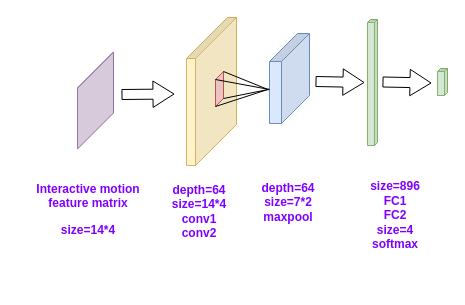
Above: Interactive.drawio in ByronGe/ff (draw.io), before the change. Source tidied: cells renumbered, new cells numbered last; positions are measured from the earlier drawing's top-left corner, leaving out a move shared by most shapes. Both pictures are drawn from the tidied source at 100%, with x=0, y=0 at pixel (21, 17).
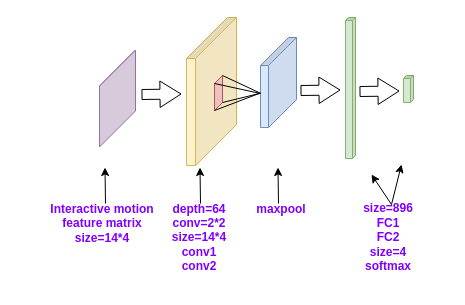
The same diagram, later.

Diff of the diagram source:
```diff
@@
     <mxCell id="2" style="shape=cube;whiteSpace=wrap;html=1;boundedLbl=1;backgroundOutline=1;darkOpacity=0.05;darkOpacity2=0.1;fillColor=#dae8fc;strokeColor=#6c8ebf;size=28;direction=south;" parent="1" vertex="1">
-      <mxGeometry x="248" y="16" width="40" height="90" as="geometry" />
+      <mxGeometry x="239" y="20" width="36" height="90" as="geometry" />
     </mxCell>
@@
     <mxCell id="4" style="shape=cube;whiteSpace=wrap;html=1;boundedLbl=1;backgroundOutline=1;darkOpacity=0.05;darkOpacity2=0.1;fillColor=#d5e8d4;strokeColor=#82b366;size=3;direction=south;" parent="1" vertex="1">
-      <mxGeometry x="346" y="2" width="10" height="126" as="geometry" />
+      <mxGeometry x="324" width="10" height="141" as="geometry" />
     </mxCell>
     <mxCell id="5" style="shape=cube;whiteSpace=wrap;html=1;boundedLbl=1;backgroundOutline=1;darkOpacity=0.05;darkOpacity2=0.1;fillColor=#d5e8d4;strokeColor=#82b366;size=3;direction=south;" parent="1" vertex="1">
-      <mxGeometry x="416" y="51" width="10" height="27" as="geometry" />
+      <mxGeometry x="382" y="58" width="10" height="27" as="geometry" />
     </mxCell>
     <mxCell id="6" style="shape=cube;whiteSpace=wrap;html=1;boundedLbl=1;backgroundOutline=1;darkOpacity=0.05;darkOpacity2=0.1;fillColor=#f8cecc;strokeColor=#b85450;size=9;direction=south;" parent="1" vertex="1">
-      <mxGeometry x="194" y="54" width="8" height="35" as="geometry" />
+      <mxGeometry x="193" y="58" width="8" height="35" as="geometry" />
     </mxCell>
@@
-    <mxCell id="8" style="endArrow=none;html=1;exitX=0;exitY=0;exitDx=0;exitDy=0;exitPerimeter=0;entryX=0.627;entryY=1.01;entryDx=0;entryDy=0;entryPerimeter=0;" parent="1" edge="1" source="6" target="2">
+    <mxCell id="8" style="endArrow=none;html=1;exitX=0;exitY=0;exitDx=0;exitDy=0;exitPerimeter=0;entryX=0.621;entryY=0.993;entryDx=0;entryDy=0;entryPerimeter=0;" parent="1" edge="1" source="6" target="2">
       <mxGeometry relative="1" as="geometry" />
     </mxCell>
@@
-    <mxCell id="11" style="shape=flexArrow;endArrow=classic;html=1;endWidth=15.428571428571429;endSize=6.668571428571428;startWidth=15.428571428571429;startSize=6.668571428571428;width=10;entryX=0;entryY=0;entryDx=64.5;entryDy=10;entryPerimeter=0;" parent="1" edge="1">
-      <mxGeometry relative="1" as="geometry">
-        <mxPoint x="294" y="64" as="sourcePoint" />
-        <mxPoint x="343" y="65" as="targetPoint" />
-      </mxGeometry>
-    </mxCell>
-    <mxCell id="12" value="&lt;font color=&quot;#7f00ff&quot;&gt;&lt;b&gt;depth=64&lt;br&gt;size=14*4&lt;br&gt;conv1&lt;br&gt;conv2&lt;/b&gt;&lt;/font&gt;&lt;br&gt;" style="text;html=1;strokeColor=none;fillColor=none;align=center;verticalAlign=middle;whiteSpace=wrap;rounded=0;" parent="1" vertex="1">
-      <mxGeometry x="158" y="169" width="40" height="50" as="geometry" />
+    <mxCell id="12" value="&lt;font color=&quot;#7f00ff&quot;&gt;&lt;b&gt;depth=64&lt;br&gt;conv=2*2&lt;br&gt;size=14*4&lt;br&gt;conv1&lt;br&gt;conv2&lt;/b&gt;&lt;/font&gt;&lt;br&gt;" style="text;html=1;strokeColor=none;fillColor=none;align=center;verticalAlign=middle;whiteSpace=wrap;rounded=0;" parent="1" vertex="1">
+      <mxGeometry x="158" y="195" width="40" height="50" as="geometry" />
     </mxCell>
-    <mxCell id="13" value="&lt;font color=&quot;#7f00ff&quot;&gt;&lt;b&gt;depth=64&lt;br&gt;size=7*2&lt;br&gt;maxpool&lt;br&gt;&lt;/b&gt;&lt;/font&gt;&lt;br&gt;" style="text;html=1;strokeColor=none;fillColor=none;align=center;verticalAlign=middle;whiteSpace=wrap;rounded=0;" parent="1" vertex="1">
-      <mxGeometry x="247" y="178" width="40" height="27" as="geometry" />
+    <mxCell id="13" value="&lt;font color=&quot;#7f00ff&quot;&gt;&lt;b&gt;&lt;br&gt;maxpool&lt;br&gt;&lt;/b&gt;&lt;/font&gt;&lt;br&gt;" style="text;html=1;strokeColor=none;fillColor=none;align=center;verticalAlign=middle;whiteSpace=wrap;rounded=0;" parent="1" vertex="1">
+      <mxGeometry x="240" y="178.5" width="40" height="27" as="geometry" />
     </mxCell>
     <mxCell id="14" value="&lt;font color=&quot;#7f00ff&quot;&gt;&lt;b&gt;size=896&lt;br&gt;FC1&lt;br&gt;FC2&lt;br&gt;size=4&lt;br&gt;softmax&lt;br&gt;&lt;/b&gt;&lt;/font&gt;&lt;br&gt;" style="text;html=1;strokeColor=none;fillColor=none;align=center;verticalAlign=middle;whiteSpace=wrap;rounded=0;direction=south;" parent="1" vertex="1">
-      <mxGeometry x="363" y="184" width="22" height="42" as="geometry" />
+      <mxGeometry x="356" y="206" width="22" height="42" as="geometry" />
     </mxCell>
+    <mxCell id="16" style="shape=cube;whiteSpace=wrap;html=1;boundedLbl=1;backgroundOutline=1;darkOpacity=0.05;darkOpacity2=0.1;fillColor=#e1d5e7;strokeColor=#9673a6;size=41;direction=south;" parent="1" vertex="1">
+      <mxGeometry x="78" y="32.5" width="36" height="97" as="geometry" />
+    </mxCell>
+    <mxCell id="18" style="shape=flexArrow;endArrow=classic;html=1;endWidth=15.428571428571429;endSize=6.668571428571428;startWidth=15.428571428571429;startSize=6.668571428571428;width=10;entryX=0;entryY=0;entryDx=64.5;entryDy=10;entryPerimeter=0;" parent="1" edge="1">
+      <mxGeometry relative="1" as="geometry">
+        <mxPoint x="120" y="77" as="sourcePoint" />
+        <mxPoint x="160" y="76.5" as="targetPoint" />
+      </mxGeometry>
+    </mxCell>
-    <mxCell id="15" value="&lt;p&gt;&lt;span lang=&quot;EN-US&quot;&gt;&lt;b&gt;&lt;font color=&quot;#7f00ff&quot;&gt;Interactive motion feature matrix&lt;/font&gt;&lt;/b&gt;&lt;/span&gt;&lt;/p&gt;&lt;p&gt;&lt;b&gt;&lt;font color=&quot;#7f00ff&quot;&gt;size=14*4&lt;/font&gt;&lt;/b&gt;&lt;/p&gt;" style="text;html=1;strokeColor=none;fillColor=none;align=center;verticalAlign=middle;whiteSpace=wrap;rounded=0;" parent="1" vertex="1">
-      <mxGeometry y="178" width="134" height="27" as="geometry" />
+    <mxCell id="15" value="&lt;font style=&quot;font-size: 12px&quot; color=&quot;#7f00ff&quot;&gt;&lt;b&gt;Interactive motion&lt;br&gt;feature matrix&lt;br&gt;size=14*4&lt;/b&gt;&lt;/font&gt;&lt;br&gt;" style="text;html=1;strokeColor=none;fillColor=none;align=center;verticalAlign=middle;whiteSpace=wrap;rounded=0;" parent="1" vertex="1">
+      <mxGeometry x="-4" y="176" width="170" height="60" as="geometry" />
     </mxCell>
-    <mxCell id="16" style="shape=cube;whiteSpace=wrap;html=1;boundedLbl=1;backgroundOutline=1;darkOpacity=0.05;darkOpacity2=0.1;fillColor=#e1d5e7;strokeColor=#9673a6;size=41;direction=south;" parent="1" vertex="1">
-      <mxGeometry x="56" y="34.5" width="36" height="97" as="geometry" />
-    </mxCell>
-    <mxCell id="17" style="shape=flexArrow;endArrow=classic;html=1;endWidth=15.428571428571429;endSize=6.668571428571428;startWidth=15.428571428571429;startSize=6.668571428571428;width=10;entryX=0;entryY=0;entryDx=64.5;entryDy=10;entryPerimeter=0;" parent="1" edge="1">
-      <mxGeometry relative="1" as="geometry">
-        <mxPoint x="361" y="64.5" as="sourcePoint" />
-        <mxPoint x="410" y="65.5" as="targetPoint" />
-      </mxGeometry>
-    </mxCell>
-    <mxCell id="18" style="shape=flexArrow;endArrow=classic;html=1;endWidth=15.428571428571429;endSize=6.668571428571428;startWidth=15.428571428571429;startSize=6.668571428571428;width=10;entryX=0;entryY=0;entryDx=64.5;entryDy=10;entryPerimeter=0;" parent="1" edge="1">
-      <mxGeometry relative="1" as="geometry">
-        <mxPoint x="100" y="77" as="sourcePoint" />
-        <mxPoint x="153" y="76.5" as="targetPoint" />
-      </mxGeometry>
-    </mxCell>
+    <mxCell id="19" style="shape=flexArrow;endArrow=classic;html=1;endWidth=15.428571428571429;endSize=6.668571428571428;startWidth=15.428571428571429;startSize=6.668571428571428;width=10;entryX=0;entryY=0;entryDx=64.5;entryDy=10;entryPerimeter=0;" parent="1" edge="1">
+      <mxGeometry relative="1" as="geometry">
+        <mxPoint x="279" y="73" as="sourcePoint" />
+        <mxPoint x="319" y="72.5" as="targetPoint" />
+      </mxGeometry>
+    </mxCell>
+    <mxCell id="20" style="shape=flexArrow;endArrow=classic;html=1;endWidth=15.428571428571429;endSize=6.668571428571428;startWidth=15.428571428571429;startSize=6.668571428571428;width=10;entryX=0;entryY=0;entryDx=64.5;entryDy=10;entryPerimeter=0;" parent="1" edge="1">
+      <mxGeometry relative="1" as="geometry">
+        <mxPoint x="338" y="74" as="sourcePoint" />
+        <mxPoint x="378" y="73.5" as="targetPoint" />
+      </mxGeometry>
+    </mxCell>
+    <mxCell id="21" style="endArrow=classic;html=1;" parent="1" edge="1">
+      <mxGeometry relative="1" as="geometry">
+        <mxPoint x="179" y="186" as="sourcePoint" />
+        <mxPoint x="178.5" y="150" as="targetPoint" />
+      </mxGeometry>
+    </mxCell>
+    <mxCell id="22" style="endArrow=classic;html=1;" parent="1" edge="1">
+      <mxGeometry relative="1" as="geometry">
+        <mxPoint x="257" y="186" as="sourcePoint" />
+        <mxPoint x="256.5" y="150" as="targetPoint" />
+      </mxGeometry>
+    </mxCell>
+    <mxCell id="23" style="endArrow=classic;html=1;" parent="1" edge="1">
+      <mxGeometry relative="1" as="geometry">
+        <mxPoint x="84" y="186" as="sourcePoint" />
+        <mxPoint x="83.5" y="150" as="targetPoint" />
+      </mxGeometry>
+    </mxCell>
+    <mxCell id="24" style="endArrow=classic;html=1;" parent="1" edge="1">
+      <mxGeometry relative="1" as="geometry">
+        <mxPoint x="370" y="187" as="sourcePoint" />
+        <mxPoint x="380" y="147" as="targetPoint" />
+      </mxGeometry>
+    </mxCell>
+    <mxCell id="25" style="endArrow=classic;html=1;" parent="1" edge="1">
+      <mxGeometry relative="1" as="geometry">
+        <mxPoint x="370" y="187" as="sourcePoint" />
+        <mxPoint x="350" y="157" as="targetPoint" />
+      </mxGeometry>
+    </mxCell>
```
